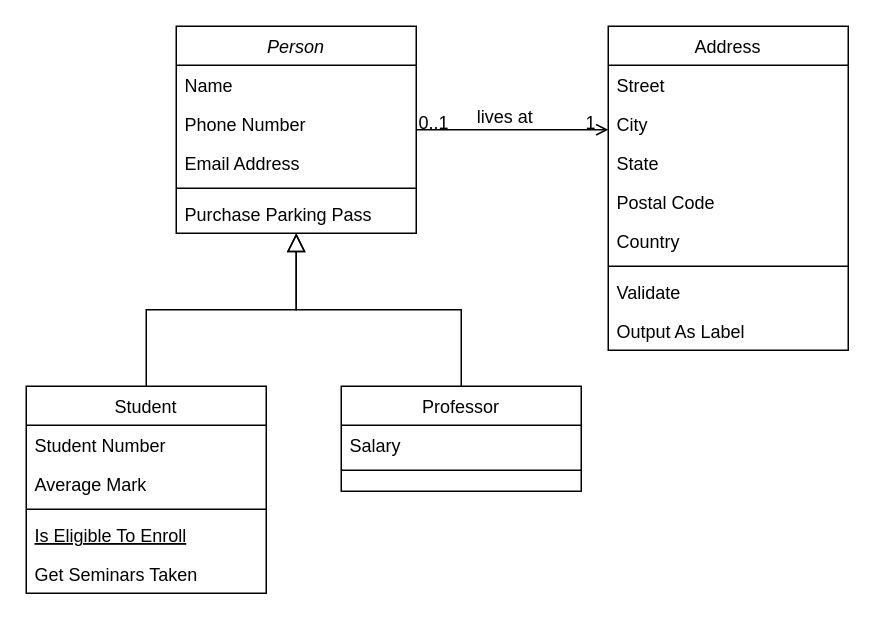
Above: Untitled Diagram.drawio in susan0803/0408 (draw.io), before the change. Source tidied: cells renumbered, new cells numbered last; positions are measured from the earlier drawing's top-left corner, leaving out a move shared by most shapes. Both pictures are drawn from the tidied source at 150%, with x=0, y=0 at pixel (26, 26).
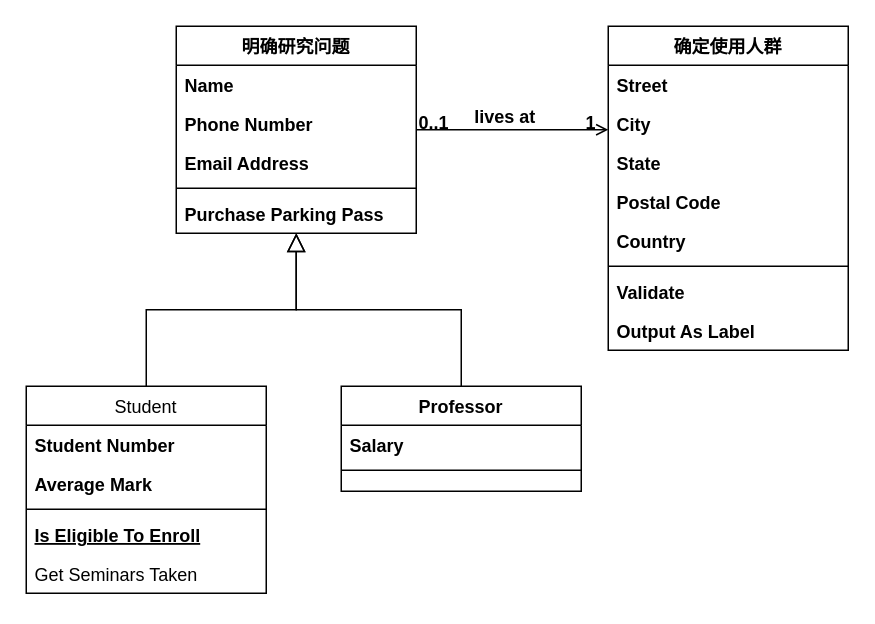
After the change.

Commit message:
问卷设计程序

What changed in the source:
```diff
@@
-    <mxCell id="2" value="Person" style="swimlane;fontStyle=2;align=center;verticalAlign=top;horizontal=1;startSize=26;rounded=0;shadow=0;strokeWidth=1;" parent="1" vertex="1">
+    <mxCell id="2" value="明确研究问题" style="swimlane;fontStyle=1;align=center;verticalAlign=top;horizontal=1;startSize=26;rounded=0;shadow=0;strokeWidth=1;fontFamily=宋体;" parent="1" vertex="1">
       <mxGeometry x="100" width="160" height="138" as="geometry" />
     </mxCell>
-    <mxCell id="3" value="Name" style="text;align=left;verticalAlign=top;spacingLeft=4;spacingRight=4;overflow=hidden;" parent="2" vertex="1">
+    <mxCell id="3" value="Name" style="text;align=left;verticalAlign=top;spacingLeft=4;spacingRight=4;overflow=hidden;fontFamily=宋体;fontStyle=1;" parent="2" vertex="1">
       <mxGeometry y="26" width="160" height="26" as="geometry" />
     </mxCell>
-    <mxCell id="4" value="Phone Number" style="text;align=left;verticalAlign=top;spacingLeft=4;spacingRight=4;overflow=hidden;rounded=0;shadow=0;html=0;" parent="2" vertex="1">
+    <mxCell id="4" value="Phone Number" style="text;align=left;verticalAlign=top;spacingLeft=4;spacingRight=4;overflow=hidden;rounded=0;shadow=0;html=0;fontFamily=宋体;fontStyle=1;" parent="2" vertex="1">
       <mxGeometry y="52" width="160" height="26" as="geometry" />
     </mxCell>
-    <mxCell id="5" value="Email Address" style="text;align=left;verticalAlign=top;spacingLeft=4;spacingRight=4;overflow=hidden;rounded=0;shadow=0;html=0;" parent="2" vertex="1">
+    <mxCell id="5" value="Email Address" style="text;align=left;verticalAlign=top;spacingLeft=4;spacingRight=4;overflow=hidden;rounded=0;shadow=0;html=0;fontFamily=宋体;fontStyle=1;" parent="2" vertex="1">
       <mxGeometry y="78" width="160" height="26" as="geometry" />
     </mxCell>
-    <mxCell id="6" style="line;html=1;strokeWidth=1;align=left;verticalAlign=middle;spacingTop=-1;spacingLeft=3;spacingRight=3;labelPosition=right;" parent="2" vertex="1">
+    <mxCell id="6" style="line;html=1;strokeWidth=1;align=left;verticalAlign=middle;spacingTop=-1;spacingLeft=3;spacingRight=3;labelPosition=right;fontFamily=宋体;fontStyle=1;" parent="2" vertex="1">
       <mxGeometry y="104" width="160" height="8" as="geometry" />
     </mxCell>
-    <mxCell id="7" value="Purchase Parking Pass" style="text;align=left;verticalAlign=top;spacingLeft=4;spacingRight=4;overflow=hidden;" parent="2" vertex="1">
+    <mxCell id="7" value="Purchase Parking Pass" style="text;align=left;verticalAlign=top;spacingLeft=4;spacingRight=4;overflow=hidden;fontFamily=宋体;fontStyle=1;" parent="2" vertex="1">
       <mxGeometry y="112" width="160" height="26" as="geometry" />
     </mxCell>
-    <mxCell id="8" value="Student" style="swimlane;fontStyle=0;align=center;verticalAlign=top;horizontal=1;startSize=26;rounded=0;shadow=0;strokeWidth=1;" parent="1" vertex="1">
+    <mxCell id="8" value="Student" style="swimlane;fontStyle=0;align=center;verticalAlign=top;horizontal=1;startSize=26;rounded=0;shadow=0;strokeWidth=1;fontFamily=宋体;" parent="1" vertex="1">
       <mxGeometry y="240" width="160" height="138" as="geometry" />
     </mxCell>
-    <mxCell id="9" value="Student Number" style="text;align=left;verticalAlign=top;spacingLeft=4;spacingRight=4;overflow=hidden;" parent="8" vertex="1">
+    <mxCell id="9" value="Student Number" style="text;align=left;verticalAlign=top;spacingLeft=4;spacingRight=4;overflow=hidden;fontFamily=宋体;fontStyle=1;" parent="8" vertex="1">
       <mxGeometry y="26" width="160" height="26" as="geometry" />
     </mxCell>
-    <mxCell id="10" value="Average Mark" style="text;align=left;verticalAlign=top;spacingLeft=4;spacingRight=4;overflow=hidden;rounded=0;shadow=0;html=0;" parent="8" vertex="1">
+    <mxCell id="10" value="Average Mark" style="text;align=left;verticalAlign=top;spacingLeft=4;spacingRight=4;overflow=hidden;rounded=0;shadow=0;html=0;fontFamily=宋体;fontStyle=1;" parent="8" vertex="1">
       <mxGeometry y="52" width="160" height="26" as="geometry" />
     </mxCell>
-    <mxCell id="11" style="line;html=1;strokeWidth=1;align=left;verticalAlign=middle;spacingTop=-1;spacingLeft=3;spacingRight=3;labelPosition=right;" parent="8" vertex="1">
+    <mxCell id="11" style="line;html=1;strokeWidth=1;align=left;verticalAlign=middle;spacingTop=-1;spacingLeft=3;spacingRight=3;labelPosition=right;fontFamily=宋体;fontStyle=1;" parent="8" vertex="1">
       <mxGeometry y="78" width="160" height="8" as="geometry" />
     </mxCell>
-    <mxCell id="12" value="Is Eligible To Enroll" style="text;align=left;verticalAlign=top;spacingLeft=4;spacingRight=4;overflow=hidden;fontStyle=4;" parent="8" vertex="1">
+    <mxCell id="12" value="Is Eligible To Enroll" style="text;align=left;verticalAlign=top;spacingLeft=4;spacingRight=4;overflow=hidden;fontStyle=5;fontFamily=宋体;" parent="8" vertex="1">
       <mxGeometry y="86" width="160" height="26" as="geometry" />
     </mxCell>
-    <mxCell id="13" value="Get Seminars Taken" style="text;align=left;verticalAlign=top;spacingLeft=4;spacingRight=4;overflow=hidden;" parent="8" vertex="1">
+    <mxCell id="13" value="Get Seminars Taken" style="text;align=left;verticalAlign=top;spacingLeft=4;spacingRight=4;overflow=hidden;fontFamily=宋体;fontStyle=0;" parent="8" vertex="1">
       <mxGeometry y="112" width="160" height="26" as="geometry" />
     </mxCell>
-    <mxCell id="14" style="endArrow=block;endSize=10;endFill=0;shadow=0;strokeWidth=1;rounded=0;curved=0;edgeStyle=elbowEdgeStyle;elbow=vertical;" parent="1" edge="1" source="8" target="2">
+    <mxCell id="14" style="endArrow=block;endSize=10;endFill=0;shadow=0;strokeWidth=1;rounded=0;curved=0;edgeStyle=elbowEdgeStyle;elbow=vertical;fontFamily=宋体;fontStyle=1;" parent="1" edge="1" source="8" target="2">
       <mxGeometry relative="1" as="geometry" />
     </mxCell>
-    <mxCell id="15" value="Professor" style="swimlane;fontStyle=0;align=center;verticalAlign=top;horizontal=1;startSize=26;rounded=0;shadow=0;strokeWidth=1;" parent="1" vertex="1">
+    <mxCell id="15" value="Professor" style="swimlane;fontStyle=1;align=center;verticalAlign=top;horizontal=1;startSize=26;rounded=0;shadow=0;strokeWidth=1;fontFamily=宋体;" parent="1" vertex="1">
       <mxGeometry x="210" y="240" width="160" height="70" as="geometry" />
     </mxCell>
-    <mxCell id="16" value="Salary" style="text;align=left;verticalAlign=top;spacingLeft=4;spacingRight=4;overflow=hidden;" parent="15" vertex="1">
+    <mxCell id="16" value="Salary" style="text;align=left;verticalAlign=top;spacingLeft=4;spacingRight=4;overflow=hidden;fontFamily=宋体;fontStyle=1;" parent="15" vertex="1">
       <mxGeometry y="26" width="160" height="26" as="geometry" />
     </mxCell>
-    <mxCell id="17" style="line;html=1;strokeWidth=1;align=left;verticalAlign=middle;spacingTop=-1;spacingLeft=3;spacingRight=3;labelPosition=right;" parent="15" vertex="1">
+    <mxCell id="17" style="line;html=1;strokeWidth=1;align=left;verticalAlign=middle;spacingTop=-1;spacingLeft=3;spacingRight=3;labelPosition=right;fontFamily=宋体;fontStyle=1;" parent="15" vertex="1">
       <mxGeometry y="52" width="160" height="8" as="geometry" />
     </mxCell>
-    <mxCell id="18" style="endArrow=block;endSize=10;endFill=0;shadow=0;strokeWidth=1;rounded=0;curved=0;edgeStyle=elbowEdgeStyle;elbow=vertical;" parent="1" edge="1" source="15" target="2">
+    <mxCell id="18" style="endArrow=block;endSize=10;endFill=0;shadow=0;strokeWidth=1;rounded=0;curved=0;edgeStyle=elbowEdgeStyle;elbow=vertical;fontFamily=宋体;fontStyle=1;" parent="1" edge="1" source="15" target="2">
       <mxGeometry relative="1" as="geometry" />
     </mxCell>
-    <mxCell id="19" value="Address" style="swimlane;fontStyle=0;align=center;verticalAlign=top;horizontal=1;startSize=26;rounded=0;shadow=0;strokeWidth=1;" parent="1" vertex="1">
+    <mxCell id="19" value="确定使用人群" style="swimlane;fontStyle=1;align=center;verticalAlign=top;horizontal=1;startSize=26;rounded=0;shadow=0;strokeWidth=1;fontFamily=宋体;" parent="1" vertex="1">
       <mxGeometry x="388" width="160" height="216" as="geometry" />
     </mxCell>
-    <mxCell id="20" value="Street" style="text;align=left;verticalAlign=top;spacingLeft=4;spacingRight=4;overflow=hidden;" parent="19" vertex="1">
+    <mxCell id="20" value="Street" style="text;align=left;verticalAlign=top;spacingLeft=4;spacingRight=4;overflow=hidden;fontFamily=宋体;fontStyle=1;" parent="19" vertex="1">
       <mxGeometry y="26" width="160" height="26" as="geometry" />
     </mxCell>
-    <mxCell id="21" value="City" style="text;align=left;verticalAlign=top;spacingLeft=4;spacingRight=4;overflow=hidden;rounded=0;shadow=0;html=0;" parent="19" vertex="1">
+    <mxCell id="21" value="City" style="text;align=left;verticalAlign=top;spacingLeft=4;spacingRight=4;overflow=hidden;rounded=0;shadow=0;html=0;fontFamily=宋体;fontStyle=1;" parent="19" vertex="1">
       <mxGeometry y="52" width="160" height="26" as="geometry" />
     </mxCell>
-    <mxCell id="22" value="State" style="text;align=left;verticalAlign=top;spacingLeft=4;spacingRight=4;overflow=hidden;rounded=0;shadow=0;html=0;" parent="19" vertex="1">
+    <mxCell id="22" value="State" style="text;align=left;verticalAlign=top;spacingLeft=4;spacingRight=4;overflow=hidden;rounded=0;shadow=0;html=0;fontFamily=宋体;fontStyle=1;" parent="19" vertex="1">
       <mxGeometry y="78" width="160" height="26" as="geometry" />
     </mxCell>
-    <mxCell id="23" value="Postal Code" style="text;align=left;verticalAlign=top;spacingLeft=4;spacingRight=4;overflow=hidden;rounded=0;shadow=0;html=0;" parent="19" vertex="1">
+    <mxCell id="23" value="Postal Code" style="text;align=left;verticalAlign=top;spacingLeft=4;spacingRight=4;overflow=hidden;rounded=0;shadow=0;html=0;fontFamily=宋体;fontStyle=1;" parent="19" vertex="1">
       <mxGeometry y="104" width="160" height="26" as="geometry" />
     </mxCell>
-    <mxCell id="24" value="Country" style="text;align=left;verticalAlign=top;spacingLeft=4;spacingRight=4;overflow=hidden;rounded=0;shadow=0;html=0;" parent="19" vertex="1">
+    <mxCell id="24" value="Country" style="text;align=left;verticalAlign=top;spacingLeft=4;spacingRight=4;overflow=hidden;rounded=0;shadow=0;html=0;fontFamily=宋体;fontStyle=1;" parent="19" vertex="1">
       <mxGeometry y="130" width="160" height="26" as="geometry" />
     </mxCell>
-    <mxCell id="25" style="line;html=1;strokeWidth=1;align=left;verticalAlign=middle;spacingTop=-1;spacingLeft=3;spacingRight=3;labelPosition=right;" parent="19" vertex="1">
+    <mxCell id="25" style="line;html=1;strokeWidth=1;align=left;verticalAlign=middle;spacingTop=-1;spacingLeft=3;spacingRight=3;labelPosition=right;fontFamily=宋体;fontStyle=1;" parent="19" vertex="1">
       <mxGeometry y="156" width="160" height="8" as="geometry" />
     </mxCell>
-    <mxCell id="26" value="Validate" style="text;align=left;verticalAlign=top;spacingLeft=4;spacingRight=4;overflow=hidden;" parent="19" vertex="1">
+    <mxCell id="26" value="Validate" style="text;align=left;verticalAlign=top;spacingLeft=4;spacingRight=4;overflow=hidden;fontFamily=宋体;fontStyle=1;" parent="19" vertex="1">
       <mxGeometry y="164" width="160" height="26" as="geometry" />
     </mxCell>
-    <mxCell id="27" value="Output As Label" style="text;align=left;verticalAlign=top;spacingLeft=4;spacingRight=4;overflow=hidden;" parent="19" vertex="1">
+    <mxCell id="27" value="Output As Label" style="text;align=left;verticalAlign=top;spacingLeft=4;spacingRight=4;overflow=hidden;fontFamily=宋体;fontStyle=1;" parent="19" vertex="1">
       <mxGeometry y="190" width="160" height="26" as="geometry" />
     </mxCell>
-    <mxCell id="28" style="endArrow=open;shadow=0;strokeWidth=1;rounded=0;curved=0;endFill=1;edgeStyle=elbowEdgeStyle;elbow=vertical;" parent="1" edge="1" source="2" target="19">
+    <mxCell id="28" style="endArrow=open;shadow=0;strokeWidth=1;rounded=0;curved=0;endFill=1;edgeStyle=elbowEdgeStyle;elbow=vertical;fontFamily=宋体;fontStyle=1;" parent="1" edge="1" source="2" target="19">
       <mxGeometry x="0.5" y="41" relative="1" as="geometry">
         <mxPoint x="-40" y="32" as="offset" />
       </mxGeometry>
     </mxCell>
-    <mxCell id="29" value="0..1" style="align=left;verticalAlign=bottom;labelBackgroundColor=none;fontSize=12;" parent="28" vertex="1">
+    <mxCell id="29" value="0..1" style="align=left;verticalAlign=bottom;labelBackgroundColor=none;fontSize=12;fontFamily=宋体;fontStyle=1;" parent="28" vertex="1">
       <mxGeometry x="-1" relative="1" as="geometry">
         <mxPoint y="4" as="offset" />
       </mxGeometry>
     </mxCell>
-    <mxCell id="30" value="1" style="align=right;verticalAlign=bottom;labelBackgroundColor=none;fontSize=12;" parent="28" vertex="1">
+    <mxCell id="30" value="1" style="align=right;verticalAlign=bottom;labelBackgroundColor=none;fontSize=12;fontFamily=宋体;fontStyle=1;" parent="28" vertex="1">
       <mxGeometry x="1" relative="1" as="geometry">
         <mxPoint x="-7" y="4" as="offset" />
       </mxGeometry>
     </mxCell>
-    <mxCell id="31" value="lives at" style="text;html=1;align=center;verticalAlign=middle;labelBackgroundColor=none;rounded=0;shadow=0;strokeWidth=1;fontSize=12;" parent="28" vertex="1">
+    <mxCell id="31" value="lives at" style="text;html=1;align=center;verticalAlign=middle;labelBackgroundColor=none;rounded=0;shadow=0;strokeWidth=1;fontSize=12;fontFamily=宋体;fontStyle=1;" parent="28" vertex="1">
       <mxGeometry x="0.5" y="49" relative="1" as="geometry">
         <mxPoint x="-38" y="40" as="offset" />
       </mxGeometry>
     </mxCell>
```
